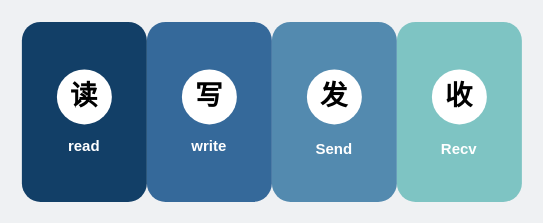
Above: network/读写收发.drawio in xiaobaiTech/image (draw.io), before the change. Source tidied: cells renumbered, new cells numbered last; positions are measured from the earlier drawing's top-left corner, leaving out a move shared by most shapes. Both pictures are drawn from the tidied source at 125%, with x=0, y=0 at pixel (21, 21).
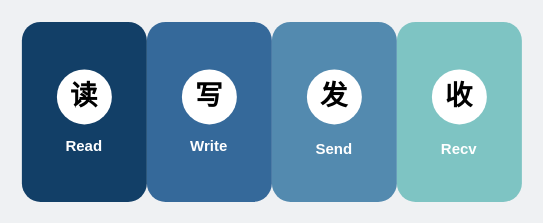
After the change.

Commit message:
更新读写收发.drawio

The edit, as a diff of the source:
```diff
@@
 <mxGraphModel background="#EFF1F3">
   <root>
     <mxCell id="0" />
     <mxCell id="1" parent="0" />
     <mxCell id="2" style="rounded=1;whiteSpace=wrap;html=1;fillColor=#123F67;strokeColor=none;" parent="1" vertex="1">
       <mxGeometry width="100" height="144" as="geometry" />
     </mxCell>
     <mxCell id="3" value="&lt;font style=&quot;font-size: 22px&quot;&gt;&lt;b&gt;读&lt;/b&gt;&lt;/font&gt;" style="ellipse;whiteSpace=wrap;html=1;fillColor=#FFFFFF;strokeColor=none;" parent="1" vertex="1">
       <mxGeometry x="28" y="38" width="44" height="44" as="geometry" />
     </mxCell>
-    <mxCell id="4" value="&lt;font color=&quot;#ffffff&quot;&gt;&lt;b&gt;read&lt;/b&gt;&lt;/font&gt;" style="text;html=1;strokeColor=none;fillColor=none;align=center;verticalAlign=middle;whiteSpace=wrap;rounded=0;" parent="1" vertex="1">
+    <mxCell id="4" value="&lt;font color=&quot;#ffffff&quot;&gt;&lt;b&gt;Read&lt;/b&gt;&lt;/font&gt;" style="text;html=1;strokeColor=none;fillColor=none;align=center;verticalAlign=middle;whiteSpace=wrap;rounded=0;" parent="1" vertex="1">
       <mxGeometry x="20" y="84.5" width="60" height="30" as="geometry" />
     </mxCell>
     <mxCell id="5" style="rounded=1;whiteSpace=wrap;html=1;fillColor=#35699A;strokeColor=none;" parent="1" vertex="1">
       <mxGeometry x="100" width="100" height="144" as="geometry" />
     </mxCell>
     <mxCell id="6" value="&lt;font style=&quot;font-size: 22px&quot;&gt;&lt;b&gt;写&lt;/b&gt;&lt;/font&gt;" style="ellipse;whiteSpace=wrap;html=1;fillColor=#FFFFFF;strokeColor=none;" parent="1" vertex="1">
       <mxGeometry x="128" y="38" width="44" height="44" as="geometry" />
     </mxCell>
-    <mxCell id="7" value="&lt;font color=&quot;#ffffff&quot;&gt;&lt;b&gt;write&lt;/b&gt;&lt;/font&gt;" style="text;html=1;strokeColor=none;fillColor=none;align=center;verticalAlign=middle;whiteSpace=wrap;rounded=0;" parent="1" vertex="1">
+    <mxCell id="7" value="&lt;font color=&quot;#ffffff&quot;&gt;&lt;b&gt;Write&lt;/b&gt;&lt;/font&gt;" style="text;html=1;strokeColor=none;fillColor=none;align=center;verticalAlign=middle;whiteSpace=wrap;rounded=0;" parent="1" vertex="1">
       <mxGeometry x="120" y="84.5" width="60" height="30" as="geometry" />
     </mxCell>
     <mxCell id="8" style="rounded=1;whiteSpace=wrap;html=1;fillColor=#538AAF;strokeColor=none;" parent="1" vertex="1">
       <mxGeometry x="200" width="100" height="144" as="geometry" />
     </mxCell>
     <mxCell id="9" value="&lt;font style=&quot;font-size: 22px&quot;&gt;&lt;b&gt;发&lt;/b&gt;&lt;/font&gt;" style="ellipse;whiteSpace=wrap;html=1;fillColor=#FFFFFF;strokeColor=none;" parent="1" vertex="1">
       <mxGeometry x="228" y="38" width="44" height="44" as="geometry" />
     </mxCell>
     <mxCell id="10" value="&lt;font color=&quot;#ffffff&quot;&gt;&lt;b&gt;Send&lt;/b&gt;&lt;/font&gt;" style="text;html=1;strokeColor=none;fillColor=none;align=center;verticalAlign=middle;whiteSpace=wrap;rounded=0;" parent="1" vertex="1">
       <mxGeometry x="220" y="86.5" width="60" height="30" as="geometry" />
     </mxCell>
     <mxCell id="11" style="rounded=1;whiteSpace=wrap;html=1;fillColor=#7EC4C3;strokeColor=none;" parent="1" vertex="1">
       <mxGeometry x="300" width="100" height="144" as="geometry" />
     </mxCell>
     <mxCell id="12" value="&lt;font style=&quot;font-size: 22px&quot;&gt;&lt;b&gt;收&lt;/b&gt;&lt;/font&gt;" style="ellipse;whiteSpace=wrap;html=1;fillColor=#FFFFFF;strokeColor=none;" parent="1" vertex="1">
       <mxGeometry x="328" y="38" width="44" height="44" as="geometry" />
     </mxCell>
     <mxCell id="13" value="&lt;font color=&quot;#ffffff&quot;&gt;&lt;b&gt;Recv&lt;/b&gt;&lt;/font&gt;" style="text;html=1;strokeColor=none;fillColor=none;align=center;verticalAlign=middle;whiteSpace=wrap;rounded=0;" parent="1" vertex="1">
       <mxGeometry x="320" y="86.5" width="60" height="30" as="geometry" />
     </mxCell>
   </root>
 </mxGraphModel>
```
